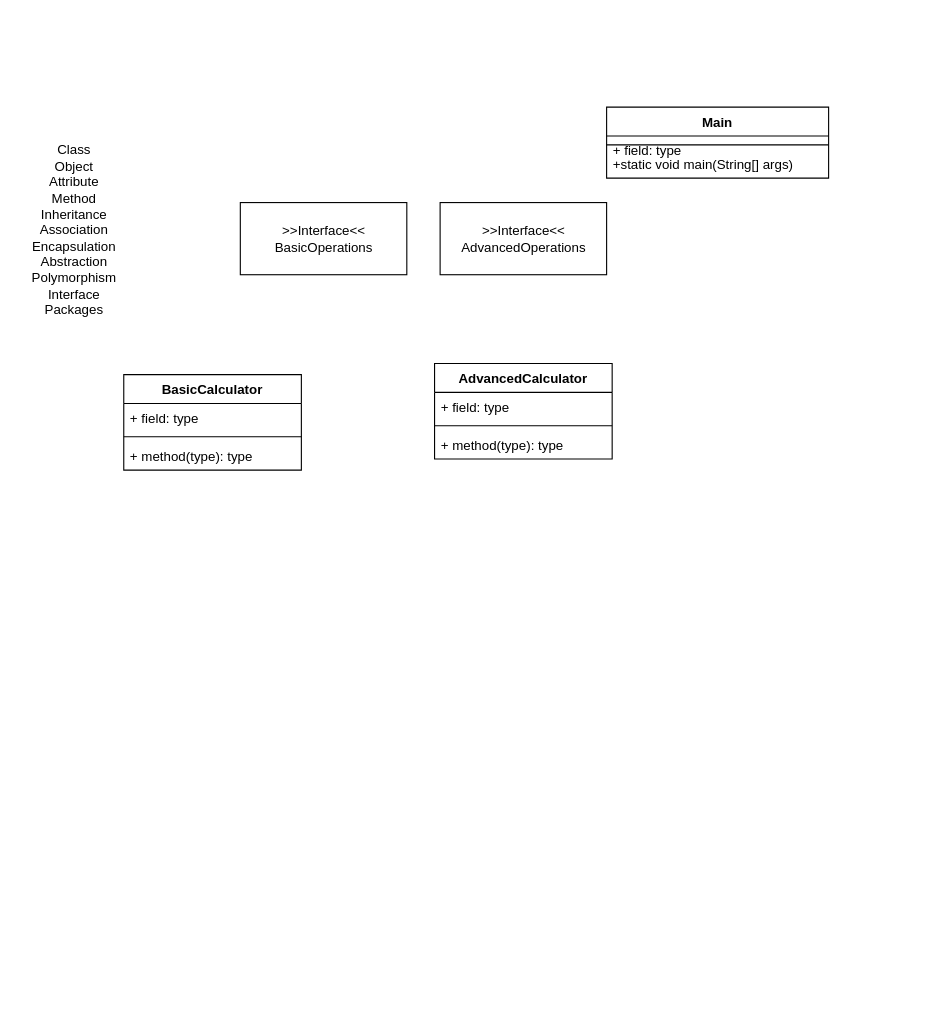
ispi10/02-pass-isachPilheden keeps this draw.io diagram as Untitled Diagram.drawio. Above is the earlier version. Source tidied: cells renumbered, new cells numbered last; positions are measured from the earlier drawing's top-left corner, leaving out a move shared by most shapes. Both pictures are drawn from the tidied source at 111%, with x=0, y=0 at pixel (23, 107).
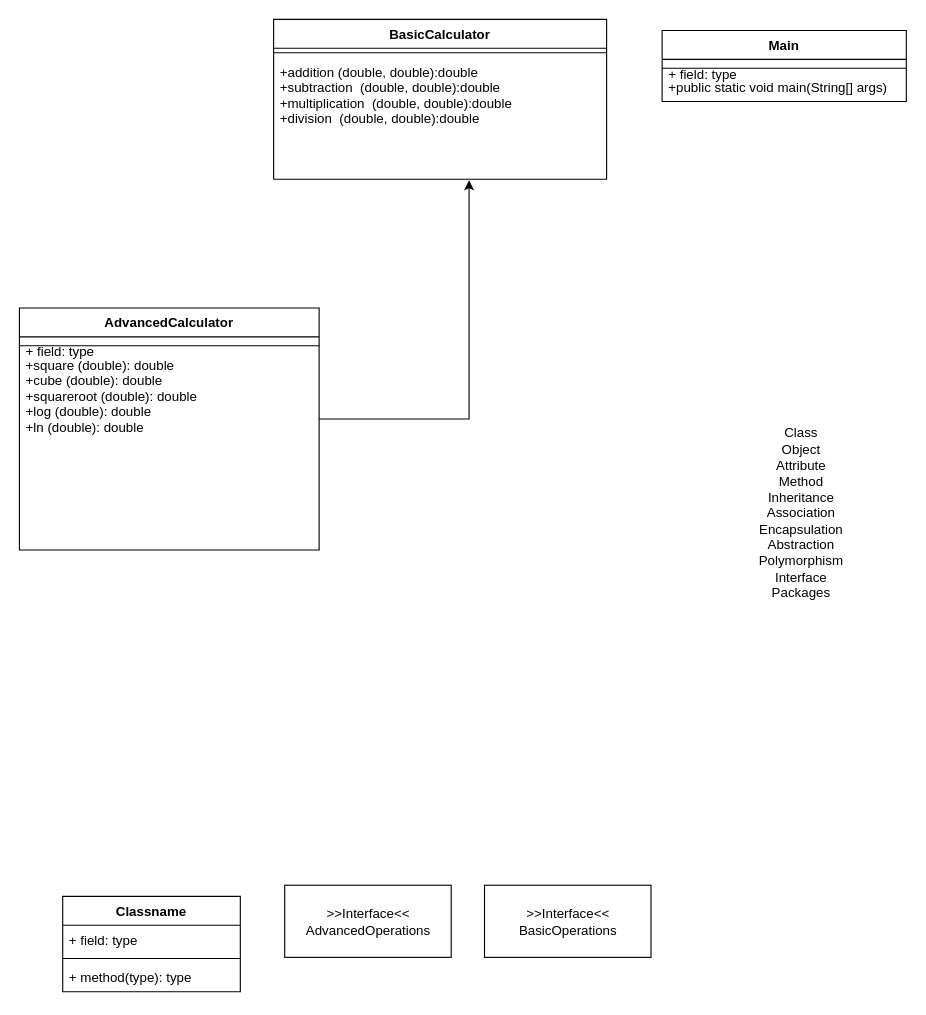
The same page after the edit.

What changed in the source:
```diff
@@
     <mxCell id="2" value="Class&lt;br&gt;Object&lt;br&gt;Attribute&lt;br&gt;Method&lt;br&gt;Inheritance&lt;br&gt;Association&lt;br&gt;Encapsulation&lt;br&gt;Abstraction&lt;br&gt;Polymorphism&lt;br&gt;Interface&lt;br&gt;Packages&lt;br&gt;" style="text;html=1;align=center;verticalAlign=middle;" parent="1" vertex="1">
-      <mxGeometry y="31" width="90" height="160" as="geometry" />
+      <mxGeometry x="655" y="286" width="90" height="160" as="geometry" />
     </mxCell>
     <mxCell id="3" value="&amp;gt;&amp;gt;Interface&amp;lt;&amp;lt;&lt;br&gt;AdvancedOperations&lt;br&gt;" style="html=1;" parent="1" vertex="1">
-      <mxGeometry x="375" y="86" width="150" height="65" as="geometry" />
+      <mxGeometry x="235" y="701" width="150" height="65" as="geometry" />
     </mxCell>
     <mxCell id="4" value="&amp;gt;&amp;gt;Interface&amp;lt;&amp;lt;&lt;br&gt;BasicOperations&lt;br&gt;" style="html=1;noLabel=0;comic=0;backgroundOutline=0;" parent="1" vertex="1">
-      <mxGeometry x="195" y="86" width="150" height="65" as="geometry" />
+      <mxGeometry x="415" y="701" width="150" height="65" as="geometry" />
     </mxCell>
     <mxCell id="5" value="BasicCalculator&#10;" style="swimlane;fontStyle=1;align=center;verticalAlign=top;horizontal=1;startSize=26;comic=0;" parent="1" vertex="1">
-      <mxGeometry x="90" y="241" width="160" height="86" as="geometry" />
+      <mxGeometry x="225" y="-79" width="300" height="144" as="geometry" />
     </mxCell>
-    <mxCell id="6" value="+ field: type" style="text;strokeColor=none;fillColor=none;align=left;verticalAlign=top;spacingLeft=4;spacingRight=4;overflow=hidden;" parent="5" vertex="1">
-      <mxGeometry y="26" width="160" height="26" as="geometry" />
-    </mxCell>
     <mxCell id="7" style="line;strokeWidth=1;fillColor=none;align=left;verticalAlign=middle;spacingTop=-1;spacingLeft=3;spacingRight=3;labelPosition=right;" parent="5" vertex="1">
-      <mxGeometry y="52" width="160" height="8" as="geometry" />
+      <mxGeometry y="26" width="300" height="8" as="geometry" />
     </mxCell>
-    <mxCell id="8" value="+ method(type): type" style="text;strokeColor=none;fillColor=none;align=left;verticalAlign=top;spacingLeft=4;spacingRight=4;overflow=hidden;points=[[0,0.5],[1,0.5]];portConstraint=eastwest;" parent="5" vertex="1">
-      <mxGeometry y="60" width="160" height="26" as="geometry" />
+    <mxCell id="8" value="+addition (double, double):double &#10;+subtraction  (double, double):double&#10;+multiplication  (double, double):double&#10;+division  (double, double):double" style="text;strokeColor=none;fillColor=none;align=left;verticalAlign=top;spacingLeft=4;spacingRight=4;overflow=hidden;points=[[0,0.5],[1,0.5]];portConstraint=eastwest;" parent="5" vertex="1">
+      <mxGeometry y="34" width="300" height="110" as="geometry" />
     </mxCell>
+    <mxCell id="17" style="edgeStyle=orthogonalEdgeStyle;rounded=0;jettySize=auto;html=1;entryX=0.587;entryY=1.009;entryDx=0;entryDy=0;entryPerimeter=0;" parent="1" edge="1" source="9" target="8">
+      <mxGeometry relative="1" as="geometry">
+        <Array as="points">
+          <mxPoint x="401" y="281" />
+        </Array>
+      </mxGeometry>
+    </mxCell>
     <mxCell id="9" value="AdvancedCalculator&#10;" style="swimlane;fontStyle=1;align=center;verticalAlign=top;horizontal=1;startSize=26;comic=0;" parent="1" vertex="1">
-      <mxGeometry x="370" y="231" width="160" height="86" as="geometry" />
+      <mxGeometry x="-4" y="181" width="270" height="218" as="geometry" />
     </mxCell>
     <mxCell id="10" value="+ field: type" style="text;strokeColor=none;fillColor=none;align=left;verticalAlign=top;spacingLeft=4;spacingRight=4;overflow=hidden;" parent="9" vertex="1">
-      <mxGeometry y="26" width="160" height="26" as="geometry" />
+      <mxGeometry y="26" width="270" height="4" as="geometry" />
     </mxCell>
     <mxCell id="11" style="line;strokeWidth=1;fillColor=none;align=left;verticalAlign=middle;spacingTop=-1;spacingLeft=3;spacingRight=3;labelPosition=right;" parent="9" vertex="1">
-      <mxGeometry y="52" width="160" height="8" as="geometry" />
+      <mxGeometry y="30" width="270" height="8" as="geometry" />
     </mxCell>
-    <mxCell id="12" value="+ method(type): type" style="text;strokeColor=none;fillColor=none;align=left;verticalAlign=top;spacingLeft=4;spacingRight=4;overflow=hidden;" parent="9" vertex="1">
-      <mxGeometry y="60" width="160" height="26" as="geometry" />
+    <mxCell id="12" value="+square (double): double&#10;+cube (double): double&#10;+squareroot (double): double&#10;+log (double): double&#10;+ln (double): double&#10;" style="text;strokeColor=none;fillColor=none;align=left;verticalAlign=top;spacingLeft=4;spacingRight=4;overflow=hidden;" parent="9" vertex="1">
+      <mxGeometry y="38" width="270" height="180" as="geometry" />
     </mxCell>
+    <mxCell id="18" value="Classname" style="swimlane;fontStyle=1;align=center;verticalAlign=top;horizontal=1;startSize=26;" parent="1" vertex="1">
+      <mxGeometry x="35" y="711" width="160" height="86" as="geometry" />
+    </mxCell>
+    <mxCell id="6" value="+ field: type" style="text;strokeColor=none;fillColor=none;align=left;verticalAlign=top;spacingLeft=4;spacingRight=4;overflow=hidden;" parent="18" vertex="1">
+      <mxGeometry y="26" width="160" height="26" as="geometry" />
+    </mxCell>
+    <mxCell id="19" style="line;strokeWidth=1;fillColor=none;align=left;verticalAlign=middle;spacingTop=-1;spacingLeft=3;spacingRight=3;labelPosition=right;" parent="18" vertex="1">
+      <mxGeometry y="52" width="160" height="8" as="geometry" />
+    </mxCell>
+    <mxCell id="20" value="+ method(type): type" style="text;strokeColor=none;fillColor=none;align=left;verticalAlign=top;spacingLeft=4;spacingRight=4;overflow=hidden;" parent="18" vertex="1">
+      <mxGeometry y="60" width="160" height="26" as="geometry" />
+    </mxCell>
-    <mxCell id="13" value="Main" style="swimlane;fontStyle=1;align=center;verticalAlign=top;horizontal=1;startSize=26;comic=0;" parent="1" vertex="1">
-      <mxGeometry x="525" width="200" height="64" as="geometry" />
+    <mxCell id="13" value="Main&#10;" style="swimlane;fontStyle=1;align=center;verticalAlign=top;horizontal=1;startSize=26;" parent="1" vertex="1">
+      <mxGeometry x="575" y="-69" width="220" height="64" as="geometry" />
     </mxCell>
     <mxCell id="14" value="+ field: type" style="text;strokeColor=none;fillColor=none;align=left;verticalAlign=top;spacingLeft=4;spacingRight=4;overflow=hidden;" parent="13" vertex="1">
-      <mxGeometry y="26" width="200" height="4" as="geometry" />
+      <mxGeometry y="26" width="220" height="4" as="geometry" />
     </mxCell>
-    <mxCell id="15" style="line;strokeWidth=1;fillColor=none;align=left;verticalAlign=middle;spacingTop=-1;spacingLeft=3;spacingRight=3;labelPosition=right;" parent="13" vertex="1">
-      <mxGeometry y="30" width="200" height="8" as="geometry" />
-    </mxCell>
-    <mxCell id="16" value="+static void main(String[] args)" style="text;strokeColor=none;fillColor=none;align=left;verticalAlign=top;spacingLeft=4;spacingRight=4;overflow=hidden;" parent="13" vertex="1">
-      <mxGeometry y="38" width="200" height="26" as="geometry" />
-    </mxCell>
+    <mxCell id="21" style="line;strokeWidth=1;fillColor=none;align=left;verticalAlign=middle;spacingTop=-1;spacingLeft=3;spacingRight=3;labelPosition=right;" parent="13" vertex="1">
+      <mxGeometry y="30" width="220" height="8" as="geometry" />
+    </mxCell>
+    <mxCell id="22" value="+public static void main(String[] args)" style="text;strokeColor=none;fillColor=none;align=left;verticalAlign=top;spacingLeft=4;spacingRight=4;overflow=hidden;" parent="13" vertex="1">
+      <mxGeometry y="38" width="220" height="26" as="geometry" />
+    </mxCell>
```
